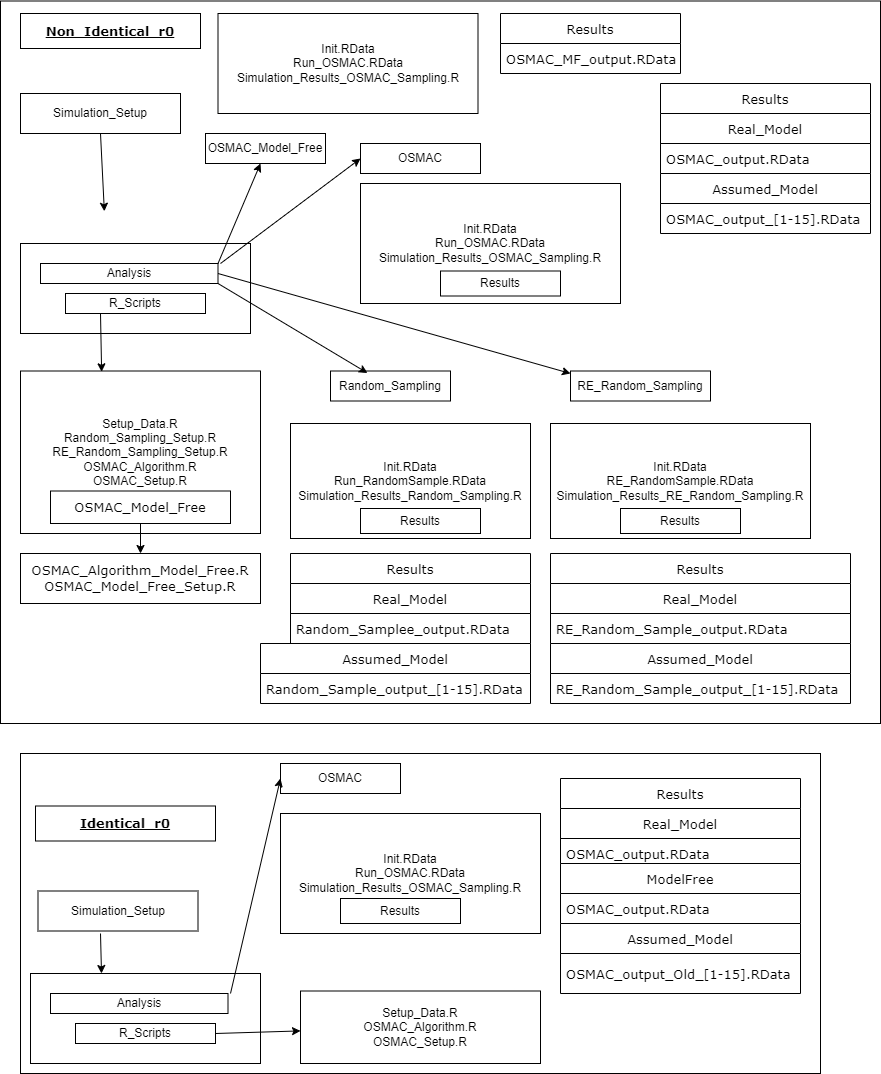
Before: Images/Simulation_Setup.png, a diagram exported from draw.io (Amalan-ConStat/RS_OS_MROS_LR_Two_Var_Normal_Alpha). Source tidied: cells renumbered, new cells last; positions are measured from the earlier drawing's top-left corner, leaving out a move shared by most shapes.
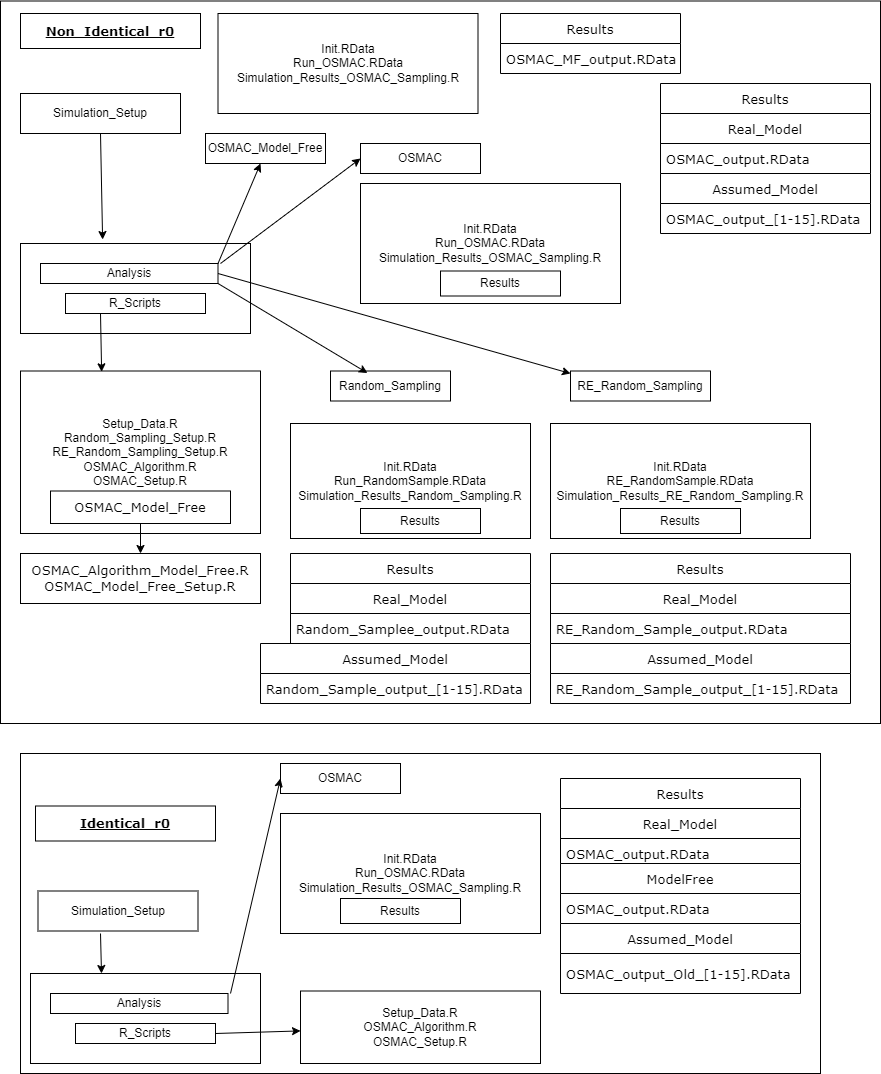
After the change.

What changed in the source:
```diff
@@ -20,7 +20,7 @@
     <mxCell id="7" value="Analysis" style="rounded=0;whiteSpace=wrap;html=1;" parent="1" vertex="1">
       <mxGeometry x="40" y="262" width="177.5" height="20" as="geometry" />
     </mxCell>
-    <mxCell id="8" style="endArrow=classic;html=1;exitX=0.5;exitY=1;exitDx=0;exitDy=0;entryX=0.118;entryY=0.291;entryDx=0;entryDy=0;entryPerimeter=0;" parent="1" edge="1" source="5" target="3">
+    <mxCell id="8" style="endArrow=classic;html=1;exitX=0.5;exitY=1;exitDx=0;exitDy=0;entryX=0.357;entryY=-0.044;entryDx=0;entryDy=0;entryPerimeter=0;" parent="1" edge="1" source="5" target="4">
       <mxGeometry relative="1" as="geometry" />
     </mxCell>
     <mxCell id="9" value="Setup_Data.R&lt;br&gt;Random_Sampling_Setup.R&lt;br&gt;RE_Random_Sampling_Setup.R&lt;br&gt;OSMAC_Algorithm.R&lt;br&gt;OSMAC_Setup.R" style="rounded=0;whiteSpace=wrap;html=1;" parent="1" vertex="1">
```
